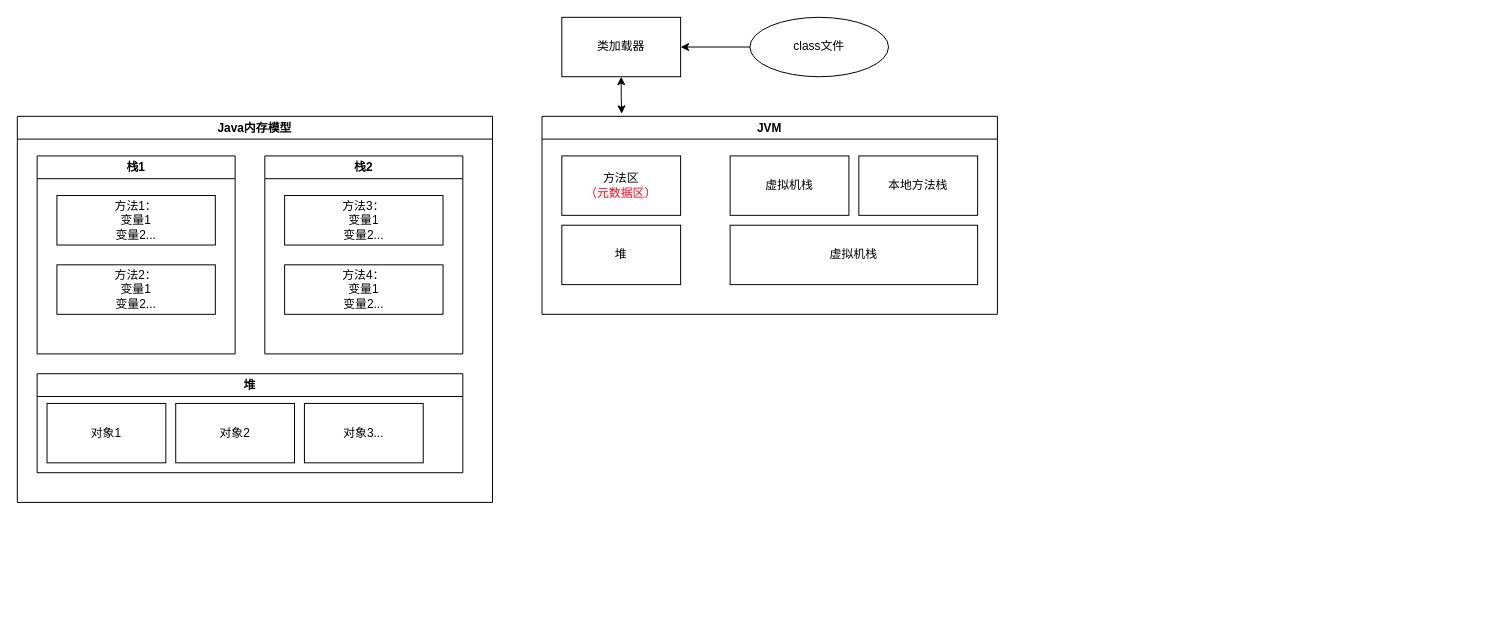
Earlier version of the draw.io diagram Java-进阶/进阶绘图.drawio (Blacol/Java-tutorial). Source tidied: cells renumbered, new cells numbered last; positions are measured from the earlier drawing's top-left corner, leaving out a move shared by most shapes. Both pictures are drawn from the tidied source at 99%, with x=0, y=0 at pixel (17, 17).
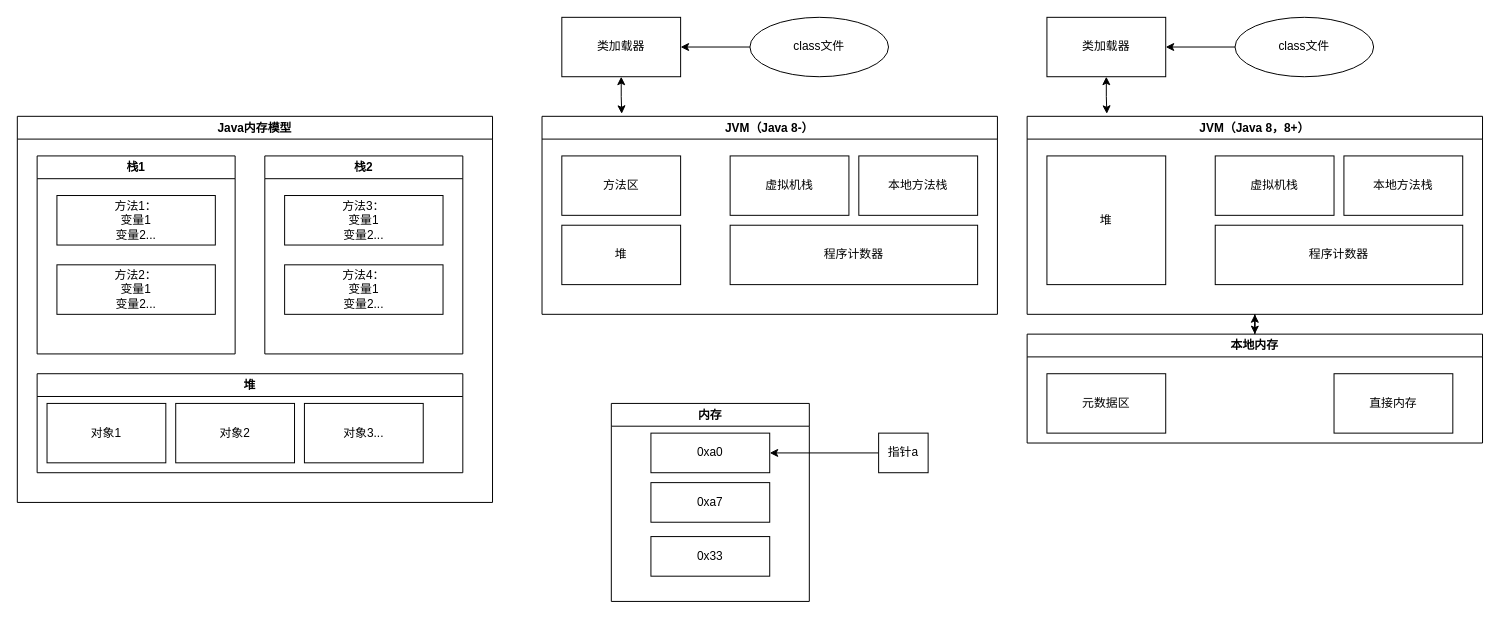
The same diagram, later.

The edit, as a diff of the source:
```diff
@@
-    <mxCell id="13" value="JVM" style="swimlane;whiteSpace=wrap;html=1;" parent="1" vertex="1">
+    <mxCell id="13" value="JVM（Java 8-）" style="swimlane;whiteSpace=wrap;html=1;" parent="1" vertex="1">
       <mxGeometry x="530" y="100" width="460" height="200" as="geometry" />
     </mxCell>
-    <mxCell id="14" value="方法区&lt;br&gt;&lt;font color=&quot;#ff031c&quot;&gt;（元数据区）&lt;/font&gt;" style="rounded=0;whiteSpace=wrap;html=1;" parent="13" vertex="1">
+    <mxCell id="14" value="方法区" style="rounded=0;whiteSpace=wrap;html=1;" parent="13" vertex="1">
       <mxGeometry x="20" y="40" width="120" height="60" as="geometry" />
     </mxCell>
@@
-    <mxCell id="18" value="虚拟机栈" style="rounded=0;whiteSpace=wrap;html=1;" parent="13" vertex="1">
+    <mxCell id="18" value="程序计数器" style="rounded=0;whiteSpace=wrap;html=1;" parent="13" vertex="1">
       <mxGeometry x="190" y="110" width="250" height="60" as="geometry" />
     </mxCell>
@@
+    <mxCell id="23" value="内存" style="swimlane;whiteSpace=wrap;html=1;" parent="1" vertex="1">
+      <mxGeometry x="600" y="390" width="200" height="200" as="geometry" />
+    </mxCell>
+    <mxCell id="24" value="0xa0" style="rounded=0;whiteSpace=wrap;html=1;" parent="23" vertex="1">
+      <mxGeometry x="40" y="30" width="120" height="40" as="geometry" />
+    </mxCell>
+    <mxCell id="25" value="0xa7" style="rounded=0;whiteSpace=wrap;html=1;" parent="23" vertex="1">
+      <mxGeometry x="40" y="80" width="120" height="40" as="geometry" />
+    </mxCell>
+    <mxCell id="26" value="0x33" style="rounded=0;whiteSpace=wrap;html=1;" parent="23" vertex="1">
+      <mxGeometry x="40" y="134.5" width="120" height="40" as="geometry" />
+    </mxCell>
+    <mxCell id="27" style="endArrow=classic;html=1;rounded=0;entryX=1;entryY=0.5;entryDx=0;entryDy=0;" parent="1" edge="1" target="24">
+      <mxGeometry relative="1" as="geometry">
+        <mxPoint x="870" y="440" as="sourcePoint" />
+      </mxGeometry>
+    </mxCell>
+    <mxCell id="28" value="指针a" style="rounded=0;whiteSpace=wrap;html=1;" parent="1" vertex="1">
+      <mxGeometry x="870" y="420" width="50" height="40" as="geometry" />
+    </mxCell>
+    <mxCell id="29" style="edgeStyle=orthogonalEdgeStyle;rounded=0;jettySize=auto;html=1;startArrow=classic;startFill=1;" parent="1" edge="1" source="30" target="39">
+      <mxGeometry relative="1" as="geometry" />
+    </mxCell>
+    <mxCell id="30" value="JVM（Java 8，8+）" style="swimlane;whiteSpace=wrap;html=1;" parent="1" vertex="1">
+      <mxGeometry x="1020" y="100" width="460" height="200" as="geometry" />
+    </mxCell>
+    <mxCell id="31" value="堆" style="rounded=0;whiteSpace=wrap;html=1;" parent="30" vertex="1">
+      <mxGeometry x="20" y="40" width="120" height="130" as="geometry" />
+    </mxCell>
+    <mxCell id="32" value="虚拟机栈" style="rounded=0;whiteSpace=wrap;html=1;" parent="30" vertex="1">
+      <mxGeometry x="190" y="40" width="120" height="60" as="geometry" />
+    </mxCell>
+    <mxCell id="33" value="本地方法栈" style="rounded=0;whiteSpace=wrap;html=1;" parent="30" vertex="1">
+      <mxGeometry x="320" y="40" width="120" height="60" as="geometry" />
+    </mxCell>
+    <mxCell id="34" value="程序计数器" style="rounded=0;whiteSpace=wrap;html=1;" parent="30" vertex="1">
+      <mxGeometry x="190" y="110" width="250" height="60" as="geometry" />
+    </mxCell>
+    <mxCell id="35" style="edgeStyle=orthogonalEdgeStyle;rounded=0;jettySize=auto;html=1;entryX=0.175;entryY=-0.013;entryDx=0;entryDy=0;entryPerimeter=0;startArrow=classic;startFill=1;" parent="1" edge="1" source="36" target="30">
+      <mxGeometry relative="1" as="geometry" />
+    </mxCell>
+    <mxCell id="36" value="类加载器" style="rounded=0;whiteSpace=wrap;html=1;" parent="1" vertex="1">
+      <mxGeometry x="1040" width="120" height="60" as="geometry" />
+    </mxCell>
+    <mxCell id="37" style="edgeStyle=orthogonalEdgeStyle;rounded=0;jettySize=auto;html=1;entryX=1;entryY=0.5;entryDx=0;entryDy=0;" parent="1" edge="1" source="38" target="36">
+      <mxGeometry relative="1" as="geometry" />
+    </mxCell>
+    <mxCell id="38" value="class文件" style="ellipse;whiteSpace=wrap;html=1;" parent="1" vertex="1">
+      <mxGeometry x="1230" width="140" height="60" as="geometry" />
+    </mxCell>
+    <mxCell id="39" value="本地内存" style="swimlane;whiteSpace=wrap;html=1;" parent="1" vertex="1">
+      <mxGeometry x="1020" y="320" width="460" height="110" as="geometry" />
+    </mxCell>
+    <mxCell id="40" value="直接内存" style="rounded=0;whiteSpace=wrap;html=1;" parent="39" vertex="1">
+      <mxGeometry x="310" y="40" width="120" height="60" as="geometry" />
+    </mxCell>
+    <mxCell id="41" value="元数据区" style="rounded=0;whiteSpace=wrap;html=1;" parent="39" vertex="1">
+      <mxGeometry x="20" y="40" width="120" height="60" as="geometry" />
+    </mxCell>
```
